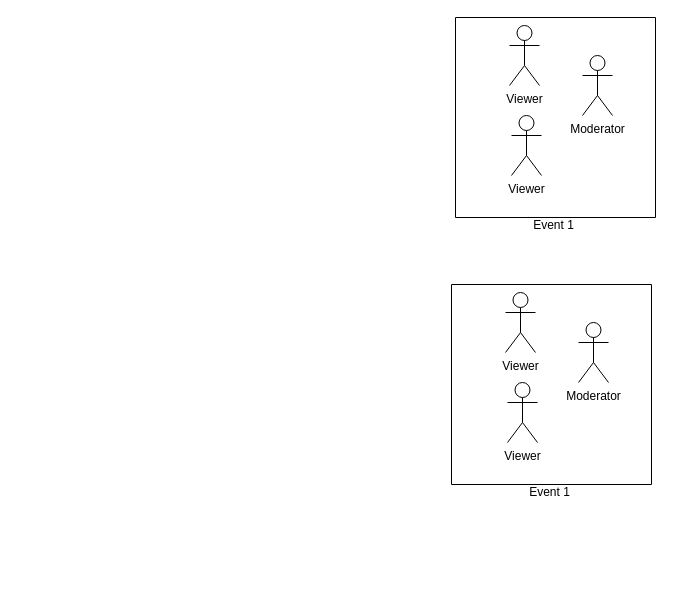
Before: Untitled Diagram.drawio in negar-amin/BlazorEcommerce, a draw.io diagram. Source tidied: cells renumbered, new cells numbered last; positions are measured from the earlier drawing's top-left corner, leaving out a move shared by most shapes. Both pictures are drawn from the tidied source at 100%, with x=0, y=0 at pixel (451, 17).
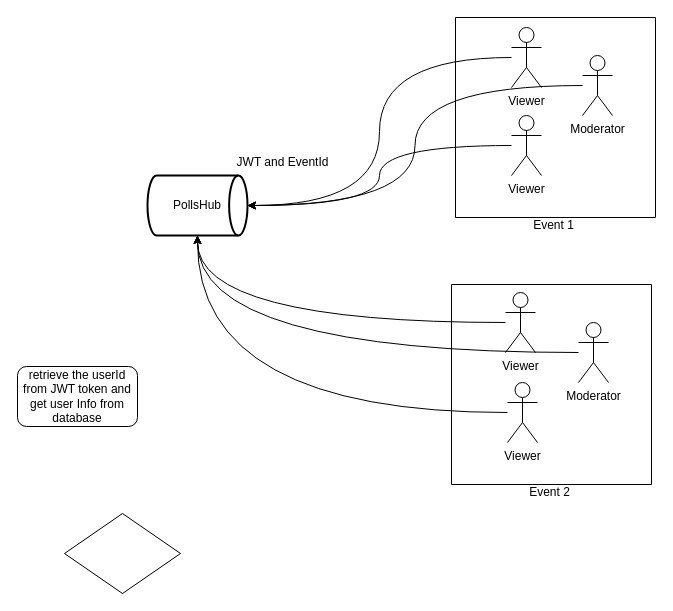
Above is the later version.

The change refers to these unchanged cells:
```xml
<mxCell id="3" value="&lt;div&gt;Viewer&lt;/div&gt;&lt;div&gt;&lt;br&gt;&lt;/div&gt;" style="shape=umlActor;verticalLabelPosition=bottom;verticalAlign=top;html=1;outlineConnect=0;" parent="1" vertex="1">
  <mxGeometry x="60" y="98" width="30" height="60" as="geometry" />
</mxCell>
<mxCell id="4" style="swimlane;startSize=0;" parent="1" vertex="1">
  <mxGeometry x="4" width="200" height="200" as="geometry" />
</mxCell>
<mxCell id="5" value="Moderator" style="shape=umlActor;verticalLabelPosition=bottom;verticalAlign=top;html=1;outlineConnect=0;" parent="1" vertex="1">
  <mxGeometry x="131" y="38" width="30" height="60" as="geometry" />
</mxCell>
<mxCell id="7" value="Viewer" style="shape=umlActor;verticalLabelPosition=bottom;verticalAlign=top;html=1;outlineConnect=0;" parent="1" vertex="1">
  <mxGeometry x="54" y="275" width="30" height="60" as="geometry" />
</mxCell>
<mxCell id="8" value="&lt;div&gt;Viewer&lt;/div&gt;&lt;div&gt;&lt;br&gt;&lt;/div&gt;" style="shape=umlActor;verticalLabelPosition=bottom;verticalAlign=top;html=1;outlineConnect=0;" parent="1" vertex="1">
  <mxGeometry x="56" y="365" width="30" height="60" as="geometry" />
</mxCell>
<mxCell id="10" value="Moderator" style="shape=umlActor;verticalLabelPosition=bottom;verticalAlign=top;html=1;outlineConnect=0;" parent="1" vertex="1">
  <mxGeometry x="127" y="305" width="30" height="60" as="geometry" />
</mxCell>
```

What changed in the source:
```diff
@@
-    <mxCell id="2" value="Viewer" style="shape=umlActor;verticalLabelPosition=bottom;verticalAlign=top;html=1;outlineConnect=0;" parent="1" vertex="1">
-      <mxGeometry x="58" y="8" width="30" height="60" as="geometry" />
-    </mxCell>
@@
+    <mxCell id="2" value="Viewer" style="shape=umlActor;verticalLabelPosition=bottom;verticalAlign=top;html=1;outlineConnect=0;" parent="4" vertex="1">
+      <mxGeometry x="56" y="10" width="30" height="60" as="geometry" />
+    </mxCell>
@@
+    <mxCell id="12" style="edgeStyle=orthogonalEdgeStyle;rounded=0;jettySize=auto;html=1;curved=1;" parent="1" edge="1" source="10" target="13">
+      <mxGeometry relative="1" as="geometry" />
+    </mxCell>
@@
-    <mxCell id="11" value="Event 1" style="text;html=1;align=center;verticalAlign=middle;strokeColor=none;fillColor=none;" parent="1" vertex="1">
+    <mxCell id="11" value="Event 2" style="text;html=1;align=center;verticalAlign=middle;strokeColor=none;fillColor=none;" parent="1" vertex="1">
       <mxGeometry x="69" y="462" width="58" height="26" as="geometry" />
     </mxCell>
+    <mxCell id="13" value="PollsHub" style="strokeWidth=2;html=1;shape=mxgraph.flowchart.direct_data;whiteSpace=wrap;" parent="1" vertex="1">
+      <mxGeometry x="-304" y="158" width="100" height="60" as="geometry" />
+    </mxCell>
+    <mxCell id="14" style="edgeStyle=orthogonalEdgeStyle;rounded=0;jettySize=auto;html=1;entryX=1;entryY=0.5;entryDx=0;entryDy=0;entryPerimeter=0;curved=1;" parent="1" edge="1" source="2" target="13">
+      <mxGeometry relative="1" as="geometry" />
+    </mxCell>
+    <mxCell id="15" style="edgeStyle=orthogonalEdgeStyle;rounded=0;jettySize=auto;html=1;entryX=1;entryY=0.5;entryDx=0;entryDy=0;entryPerimeter=0;curved=1;" parent="1" edge="1" source="5" target="13">
+      <mxGeometry relative="1" as="geometry" />
+    </mxCell>
+    <mxCell id="16" style="edgeStyle=orthogonalEdgeStyle;rounded=0;jettySize=auto;html=1;entryX=1;entryY=0.5;entryDx=0;entryDy=0;entryPerimeter=0;curved=1;" parent="1" edge="1" source="3" target="13">
+      <mxGeometry relative="1" as="geometry" />
+    </mxCell>
+    <mxCell id="17" value="JWT and EventId" style="text;html=1;align=center;verticalAlign=middle;strokeColor=none;fillColor=none;" parent="1" vertex="1">
+      <mxGeometry x="-223.5" y="132" width="109" height="26" as="geometry" />
+    </mxCell>
+    <mxCell id="18" style="edgeStyle=orthogonalEdgeStyle;rounded=0;jettySize=auto;html=1;entryX=0.5;entryY=1;entryDx=0;entryDy=0;entryPerimeter=0;curved=1;" parent="1" edge="1" source="7" target="13">
+      <mxGeometry relative="1" as="geometry" />
+    </mxCell>
+    <mxCell id="19" style="edgeStyle=orthogonalEdgeStyle;rounded=0;jettySize=auto;html=1;entryX=0.5;entryY=1;entryDx=0;entryDy=0;entryPerimeter=0;curved=1;" parent="1" edge="1" source="8" target="13">
+      <mxGeometry relative="1" as="geometry" />
+    </mxCell>
+    <mxCell id="20" style="rhombus;whiteSpace=wrap;html=1;" parent="1" vertex="1">
+      <mxGeometry x="-387" y="496" width="116" height="80" as="geometry" />
+    </mxCell>
+    <mxCell id="21" value="retrieve the userId from JWT token and get user Info from database" style="rounded=1;whiteSpace=wrap;html=1;" parent="1" vertex="1">
+      <mxGeometry x="-434" y="349" width="120" height="60" as="geometry" />
+    </mxCell>
```
